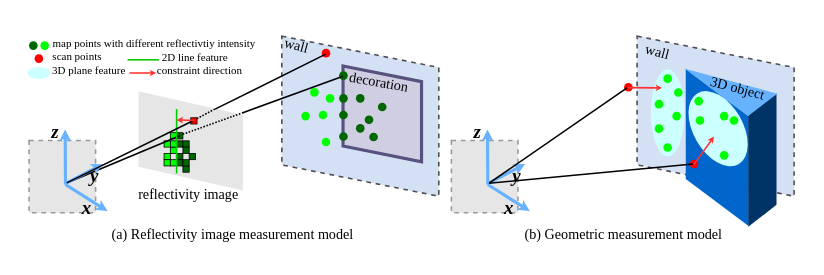
Earlier version of the draw.io diagram R3SLAM/constraint.drawio (zzywhu/drawio). Source tidied: cells renumbered, new cells numbered last; positions are measured from the earlier drawing's top-left corner, leaving out a move shared by most shapes. Both pictures are drawn from the tidied source at 157%, with x=0, y=0 at pixel (28, 31). Pictures stored in the file or linked from it are replaced by grey dashed boxes.
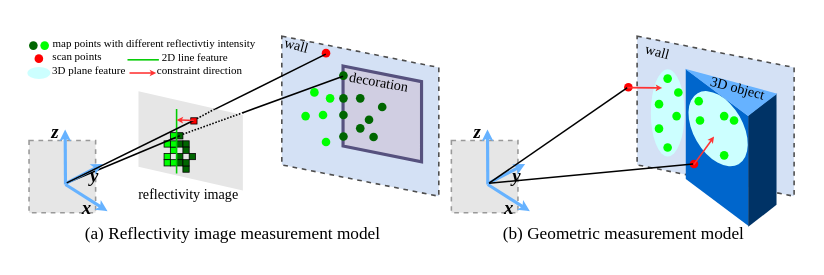
The same diagram, later.

What changed in the source:
```diff
@@
-    <mxCell id="87" value="&lt;span&gt;&lt;font style=&quot;font-size: 9px; color: rgb(0, 0, 0);&quot; face=&quot;Times New Roman&quot;&gt;(a)&amp;nbsp;&lt;span style=&quot;white-space: pre;&quot;&gt;Reflectivity image measurement model&lt;/span&gt;&lt;/font&gt;&lt;/span&gt;" style="text;html=1;whiteSpace=wrap;strokeColor=none;fillColor=none;align=center;verticalAlign=middle;rounded=0;" parent="1" vertex="1">
+    <mxCell id="87" value="&lt;span&gt;&lt;font style=&quot;color: rgb(0, 0, 0); font-size: 11px;&quot; face=&quot;Times New Roman&quot;&gt;(a)&amp;nbsp;&lt;span style=&quot;white-space: pre;&quot;&gt;Reflectivity image measurement model&lt;/span&gt;&lt;/font&gt;&lt;/span&gt;" style="text;html=1;whiteSpace=wrap;strokeColor=none;fillColor=none;align=center;verticalAlign=middle;rounded=0;" parent="1" vertex="1">
       <mxGeometry y="119" width="260" height="18" as="geometry" />
     </mxCell>
-    <mxCell id="88" value="&lt;span&gt;&lt;font style=&quot;font-size: 9px; color: rgb(0, 0, 0);&quot; face=&quot;Times New Roman&quot;&gt;(b)&amp;nbsp;&lt;span style=&quot;white-space: pre;&quot;&gt;Geometric measurement model&lt;/span&gt;&lt;/font&gt;&lt;/span&gt;" style="text;html=1;whiteSpace=wrap;strokeColor=none;fillColor=none;align=center;verticalAlign=middle;rounded=0;" parent="1" vertex="1">
+    <mxCell id="88" value="&lt;span&gt;&lt;font style=&quot;color: rgb(0, 0, 0); font-size: 11px;&quot; face=&quot;Times New Roman&quot;&gt;(b)&amp;nbsp;&lt;span style=&quot;white-space: pre;&quot;&gt;Geometric measurement model&lt;/span&gt;&lt;/font&gt;&lt;/span&gt;" style="text;html=1;whiteSpace=wrap;strokeColor=none;fillColor=none;align=center;verticalAlign=middle;rounded=0;" parent="1" vertex="1">
       <mxGeometry x="269" y="119" width="220" height="18" as="geometry" />
     </mxCell>
```
